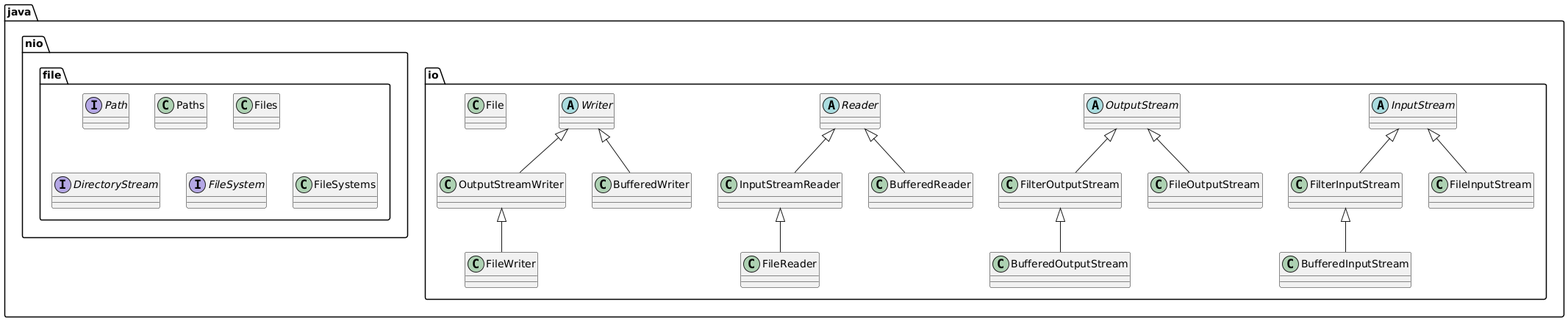
Above: lectures/examples/12-file/doc/file.png in caioamorim7/poo (PlantUML), before the change.
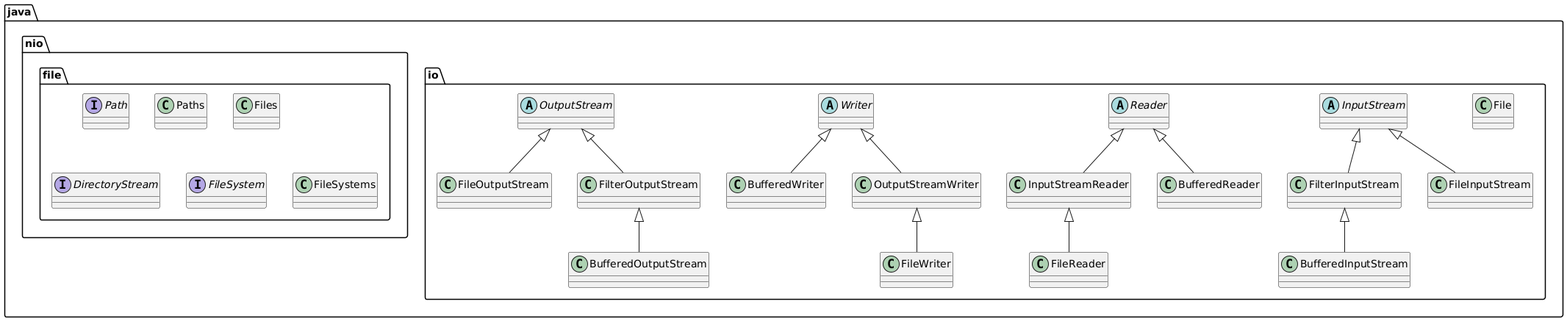
After the commit.

What changed in the source:
```diff
@@ -4,24 +4,31 @@
 
 package "java.io" {
 
+    class File
+
     abstract class InputStream
-    abstract class OutputStream
+
+    class FilterInputStream extends InputStream
+    class BufferedInputStream extends FilterInputStream
+    class FileInputStream extends InputStream
+
     abstract class Reader
+
+    class InputStreamReader extends Reader
+    class FileReader extends InputStreamReader
+    class BufferedReader extends Reader
+
     abstract class Writer
 
-    class FilterInputStream extends InputStream
+    class BufferedWriter extends Writer
+    class OutputStreamWriter extends Writer
+    class FileWriter extends OutputStreamWriter
+
+    abstract class OutputStream
+
+    class FileOutputStream extends OutputStream
     class FilterOutputStream extends OutputStream
-    class InputStreamReader extends Reader
-    class OutputStreamWriter extends Writer
-    class File
-    class FileInputStream extends InputStream
-    class FileOutputStream extends OutputStream
-    class FileReader extends InputStreamReader
-    class FileWriter extends OutputStreamWriter
-    class BufferedInputStream extends FilterInputStream
     class BufferedOutputStream extends FilterOutputStream
-    class BufferedReader extends Reader
-    class BufferedWriter extends Writer
 }
 
 package "java.nio.file" {
```
